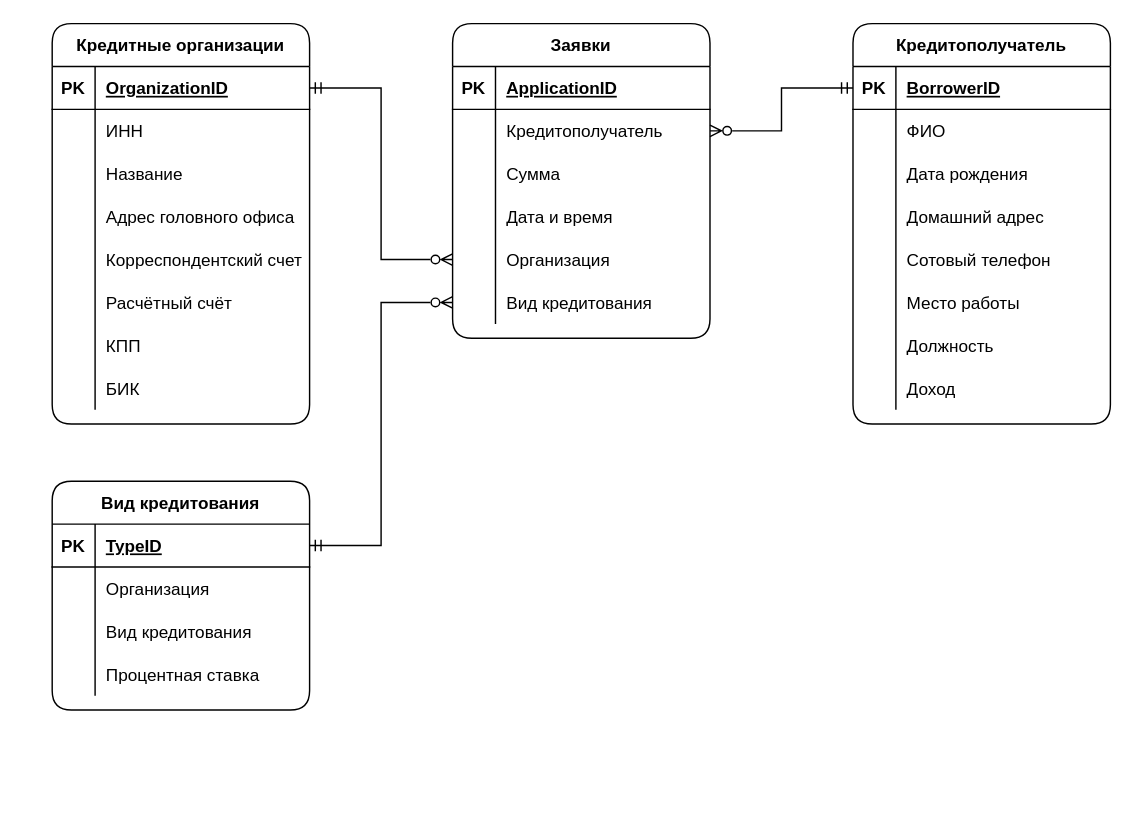
The draw.io diagram Diagrams/Entity relationship.drawio in sothug/Loan-applications, before the edit. Source tidied: cells renumbered, new cells numbered last; positions are measured from the earlier drawing's top-left corner, leaving out a move shared by most shapes. Both pictures are drawn from the tidied source at 143%, with x=0, y=0 at pixel (51, 23).
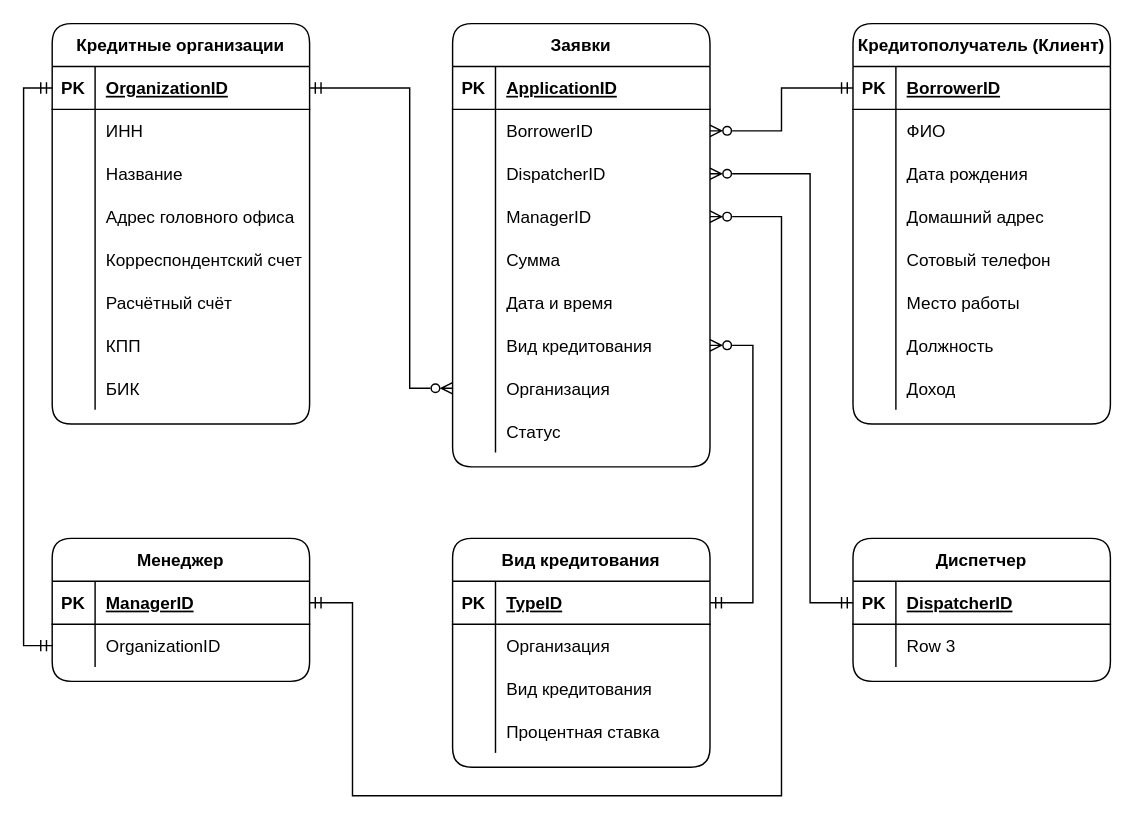
After the change.

Unchanged cells that the change refers to:
```xml
<mxCell id="3" style="shape=partialRectangle;fillColor=none;top=0;left=0;bottom=1;right=0;points=[[0,0.5],[1,0.5]];portConstraint=eastwest;" parent="2" vertex="1">
  <mxGeometry y="30" width="180" height="30" as="geometry" />
</mxCell>
<mxCell id="28" style="shape=partialRectangle;fillColor=none;top=0;left=0;bottom=1;right=0;points=[[0,0.5],[1,0.5]];portConstraint=eastwest;rounded=1;" parent="27" vertex="1">
  <mxGeometry y="30" width="180" height="30" as="geometry" />
</mxCell>
<mxCell id="41" style="shape=partialRectangle;fillColor=none;top=0;left=0;bottom=1;right=0;points=[[0,0.5],[1,0.5]];portConstraint=eastwest;rounded=1;" parent="40" vertex="1">
  <mxGeometry y="30" width="180" height="30" as="geometry" />
</mxCell>
<mxCell id="69" style="shape=partialRectangle;fillColor=none;top=0;left=0;bottom=0;right=0;points=[[0,0.5],[1,0.5]];portConstraint=eastwest;rounded=1;" parent="65" vertex="1">
  <mxGeometry y="60" width="180" height="30" as="geometry" />
</mxCell>
```

Change to the diagram source:
```diff
@@
     <mxCell id="27" value="Вид кредитования" style="shape=table;startSize=30;childLayout=tableLayout;rowLines=0;fontStyle=1;align=center;rounded=1;" parent="1" vertex="1">
-      <mxGeometry y="320" width="180" height="160" as="geometry" />
+      <mxGeometry x="280" y="360" width="180" height="160" as="geometry" />
     </mxCell>
@@
-    <mxCell id="40" value="Кредитополучатель" style="shape=table;startSize=30;childLayout=tableLayout;rowLines=0;fontStyle=1;align=center;rounded=1;" parent="1" vertex="1">
+    <mxCell id="40" value="Кредитополучатель (Клиент)" style="shape=table;startSize=30;childLayout=tableLayout;rowLines=0;fontStyle=1;align=center;rounded=1;" parent="1" vertex="1">
       <mxGeometry x="560" width="180" height="280" as="geometry" />
     </mxCell>
@@
     <mxCell id="65" value="Заявки" style="shape=table;startSize=30;childLayout=tableLayout;rowLines=0;fontStyle=1;align=center;rounded=1;" parent="1" vertex="1">
-      <mxGeometry x="280" width="180" height="220" as="geometry" />
+      <mxGeometry x="280" width="180" height="310" as="geometry" />
     </mxCell>
@@
-    <mxCell id="71" value="Кредитополучатель" style="shape=partialRectangle;fillColor=none;top=0;left=0;bottom=0;right=0;align=left;spacingLeft=6;overflow=hidden;rounded=1;" parent="69" vertex="1">
+    <mxCell id="71" value="BorrowerID" style="shape=partialRectangle;fillColor=none;top=0;left=0;bottom=0;right=0;align=left;spacingLeft=6;overflow=hidden;rounded=1;" parent="69" vertex="1">
       <mxGeometry x="30" width="150" height="30" as="geometry" />
     </mxCell>
+    <mxCell id="87" style="shape=partialRectangle;fillColor=none;top=0;left=0;bottom=0;right=0;points=[[0,0.5],[1,0.5]];portConstraint=eastwest;rounded=1;" parent="65" vertex="1">
+      <mxGeometry y="90" width="180" height="30" as="geometry" />
+    </mxCell>
+    <mxCell id="88" style="shape=partialRectangle;fillColor=none;top=0;left=0;bottom=0;right=0;overflow=hidden;rounded=1;" parent="87" vertex="1">
+      <mxGeometry width="30" height="30" as="geometry" />
+    </mxCell>
+    <mxCell id="89" value="DispatcherID" style="shape=partialRectangle;fillColor=none;top=0;left=0;bottom=0;right=0;align=left;spacingLeft=6;overflow=hidden;rounded=1;" parent="87" vertex="1">
+      <mxGeometry x="30" width="150" height="30" as="geometry" />
+    </mxCell>
+    <mxCell id="90" style="shape=partialRectangle;fillColor=none;top=0;left=0;bottom=0;right=0;points=[[0,0.5],[1,0.5]];portConstraint=eastwest;rounded=1;" parent="65" vertex="1">
+      <mxGeometry y="120" width="180" height="30" as="geometry" />
+    </mxCell>
+    <mxCell id="91" style="shape=partialRectangle;fillColor=none;top=0;left=0;bottom=0;right=0;overflow=hidden;rounded=1;" parent="90" vertex="1">
+      <mxGeometry width="30" height="30" as="geometry" />
+    </mxCell>
+    <mxCell id="92" value="ManagerID" style="shape=partialRectangle;fillColor=none;top=0;left=0;bottom=0;right=0;align=left;spacingLeft=6;overflow=hidden;rounded=1;" parent="90" vertex="1">
+      <mxGeometry x="30" width="150" height="30" as="geometry" />
+    </mxCell>
     <mxCell id="72" style="shape=partialRectangle;fillColor=none;top=0;left=0;bottom=0;right=0;rounded=1;" parent="65" vertex="1">
-      <mxGeometry y="90" width="180" height="30" as="geometry" />
+      <mxGeometry y="150" width="180" height="30" as="geometry" />
     </mxCell>
@@
     <mxCell id="75" style="shape=partialRectangle;fillColor=none;top=0;left=0;bottom=0;right=0;rounded=1;" parent="65" vertex="1">
-      <mxGeometry y="120" width="180" height="30" as="geometry" />
+      <mxGeometry y="180" width="180" height="30" as="geometry" />
     </mxCell>
@@
+    <mxCell id="81" style="shape=partialRectangle;fillColor=none;top=0;left=0;bottom=0;right=0;points=[[0,0.5],[1,0.5]];portConstraint=eastwest;rounded=1;" parent="65" vertex="1">
+      <mxGeometry y="210" width="180" height="30" as="geometry" />
+    </mxCell>
+    <mxCell id="82" style="shape=partialRectangle;fillColor=none;top=0;left=0;bottom=0;right=0;overflow=hidden;rounded=1;" parent="81" vertex="1">
+      <mxGeometry width="30" height="30" as="geometry" />
+    </mxCell>
+    <mxCell id="83" value="Вид кредитования" style="shape=partialRectangle;fillColor=none;top=0;left=0;bottom=0;right=0;align=left;spacingLeft=6;overflow=hidden;rounded=1;" parent="81" vertex="1">
+      <mxGeometry x="30" width="150" height="30" as="geometry" />
+    </mxCell>
     <mxCell id="78" style="shape=partialRectangle;fillColor=none;top=0;left=0;bottom=0;right=0;points=[[0,0.5],[1,0.5]];portConstraint=eastwest;rounded=1;" parent="65" vertex="1">
-      <mxGeometry y="150" width="180" height="30" as="geometry" />
+      <mxGeometry y="240" width="180" height="30" as="geometry" />
     </mxCell>
@@
-    <mxCell id="81" style="shape=partialRectangle;fillColor=none;top=0;left=0;bottom=0;right=0;points=[[0,0.5],[1,0.5]];portConstraint=eastwest;rounded=1;" parent="65" vertex="1">
-      <mxGeometry y="180" width="180" height="30" as="geometry" />
-    </mxCell>
-    <mxCell id="82" style="shape=partialRectangle;fillColor=none;top=0;left=0;bottom=0;right=0;overflow=hidden;rounded=1;" parent="81" vertex="1">
-      <mxGeometry width="30" height="30" as="geometry" />
-    </mxCell>
-    <mxCell id="83" value="Вид кредитования" style="shape=partialRectangle;fillColor=none;top=0;left=0;bottom=0;right=0;align=left;spacingLeft=6;overflow=hidden;rounded=1;" parent="81" vertex="1">
-      <mxGeometry x="30" width="150" height="30" as="geometry" />
-    </mxCell>
+    <mxCell id="93" style="shape=partialRectangle;fillColor=none;top=0;left=0;bottom=0;right=0;rounded=1;" parent="65" vertex="1">
+      <mxGeometry y="270" width="180" height="30" as="geometry" />
+    </mxCell>
+    <mxCell id="94" style="shape=partialRectangle;fillColor=none;top=0;left=0;bottom=0;right=0;overflow=hidden;rounded=1;" parent="93" vertex="1">
+      <mxGeometry width="30" height="30" as="geometry" />
+    </mxCell>
+    <mxCell id="95" value="Статус" style="shape=partialRectangle;fillColor=none;top=0;left=0;bottom=0;right=0;align=left;spacingLeft=6;overflow=hidden;rounded=1;" parent="93" vertex="1">
+      <mxGeometry x="30" width="150" height="30" as="geometry" />
+    </mxCell>
-    <mxCell id="84" style="edgeStyle=orthogonalEdgeStyle;rounded=0;jettySize=auto;html=1;exitX=0;exitY=0.5;exitDx=0;exitDy=0;endArrow=ERzeroToMany;endFill=0;startArrow=ERmandOne;startFill=0;" parent="1" edge="1" source="41" target="69">
+    <mxCell id="84" style="edgeStyle=orthogonalEdgeStyle;rounded=0;jettySize=auto;html=1;endArrow=ERzeroToMany;endFill=0;startArrow=ERmandOne;startFill=0;" parent="1" edge="1" source="41" target="69">
       <mxGeometry relative="1" as="geometry" />
     </mxCell>
     <mxCell id="85" style="edgeStyle=orthogonalEdgeStyle;rounded=0;jettySize=auto;html=1;startArrow=ERmandOne;startFill=0;endArrow=ERzeroToMany;endFill=0;" parent="1" edge="1" source="28" target="81">
-      <mxGeometry relative="1" as="geometry" />
+      <mxGeometry relative="1" as="geometry">
+        <Array as="points">
+          <mxPoint x="490" y="405" />
+          <mxPoint x="490" y="225" />
+        </Array>
+      </mxGeometry>
     </mxCell>
-    <mxCell id="86" style="edgeStyle=orthogonalEdgeStyle;rounded=0;jettySize=auto;html=1;exitX=1;exitY=0.5;exitDx=0;exitDy=0;startArrow=ERmandOne;startFill=0;endArrow=ERzeroToMany;endFill=0;" parent="1" edge="1" source="3" target="78">
-      <mxGeometry relative="1" as="geometry" />
+    <mxCell id="86" style="edgeStyle=orthogonalEdgeStyle;rounded=0;jettySize=auto;html=1;startArrow=ERmandOne;startFill=0;endArrow=ERzeroToMany;endFill=0;" parent="1" edge="1" source="3" target="78">
+      <mxGeometry relative="1" as="geometry">
+        <Array as="points">
+          <mxPoint x="250" y="45" />
+          <mxPoint x="250" y="255" />
+        </Array>
+      </mxGeometry>
     </mxCell>
+    <mxCell id="96" value="Диспетчер" style="shape=table;startSize=30;childLayout=tableLayout;rowLines=0;fontStyle=1;align=center;rounded=1;sketch=0;" parent="1" vertex="1">
+      <mxGeometry x="560" y="360" width="180" height="100" as="geometry" />
+    </mxCell>
+    <mxCell id="97" style="shape=partialRectangle;fillColor=none;top=0;left=0;bottom=1;right=0;points=[[0,0.5],[1,0.5]];portConstraint=eastwest;" parent="96" vertex="1">
+      <mxGeometry y="30" width="180" height="30" as="geometry" />
+    </mxCell>
+    <mxCell id="98" value="PK" style="shape=partialRectangle;fillColor=none;top=0;left=0;bottom=0;right=0;fontStyle=1;overflow=hidden;" parent="97" vertex="1">
+      <mxGeometry width="30" height="30" as="geometry" />
+    </mxCell>
+    <mxCell id="99" value="DispatcherID" style="shape=partialRectangle;fillColor=none;top=0;left=0;bottom=0;right=0;align=left;spacingLeft=6;fontStyle=5;overflow=hidden;" parent="97" vertex="1">
+      <mxGeometry x="30" width="150" height="30" as="geometry" />
+    </mxCell>
+    <mxCell id="100" style="shape=partialRectangle;fillColor=none;top=0;left=0;bottom=0;right=0;" parent="96" vertex="1">
+      <mxGeometry y="60" width="180" height="30" as="geometry" />
+    </mxCell>
+    <mxCell id="101" style="shape=partialRectangle;fillColor=none;top=0;left=0;bottom=0;right=0;overflow=hidden;" parent="100" vertex="1">
+      <mxGeometry width="30" height="30" as="geometry" />
+    </mxCell>
+    <mxCell id="102" value="Row 3" style="shape=partialRectangle;fillColor=none;top=0;left=0;bottom=0;right=0;align=left;spacingLeft=6;overflow=hidden;" parent="100" vertex="1">
+      <mxGeometry x="30" width="150" height="30" as="geometry" />
+    </mxCell>
+    <mxCell id="103" value="Менеджер" style="shape=table;startSize=30;childLayout=tableLayout;rowLines=0;fontStyle=1;align=center;rounded=1;sketch=0;" parent="1" vertex="1">
+      <mxGeometry y="360" width="180" height="100" as="geometry" />
+    </mxCell>
+    <mxCell id="104" style="shape=partialRectangle;fillColor=none;top=0;left=0;bottom=1;right=0;points=[[0,0.5],[1,0.5]];portConstraint=eastwest;" parent="103" vertex="1">
+      <mxGeometry y="30" width="180" height="30" as="geometry" />
+    </mxCell>
+    <mxCell id="105" value="PK" style="shape=partialRectangle;fillColor=none;top=0;left=0;bottom=0;right=0;fontStyle=1;overflow=hidden;" parent="104" vertex="1">
+      <mxGeometry width="30" height="30" as="geometry" />
+    </mxCell>
+    <mxCell id="106" value="ManagerID" style="shape=partialRectangle;fillColor=none;top=0;left=0;bottom=0;right=0;align=left;spacingLeft=6;fontStyle=5;overflow=hidden;" parent="104" vertex="1">
+      <mxGeometry x="30" width="150" height="30" as="geometry" />
+    </mxCell>
+    <mxCell id="107" style="shape=partialRectangle;fillColor=none;top=0;left=0;bottom=0;right=0;points=[[0,0.5],[1,0.5]];portConstraint=eastwest;" parent="103" vertex="1">
+      <mxGeometry y="60" width="180" height="30" as="geometry" />
+    </mxCell>
+    <mxCell id="108" style="shape=partialRectangle;fillColor=none;top=0;left=0;bottom=0;right=0;overflow=hidden;" parent="107" vertex="1">
+      <mxGeometry width="30" height="30" as="geometry" />
+    </mxCell>
+    <mxCell id="109" value="OrganizationID" style="shape=partialRectangle;fillColor=none;top=0;left=0;bottom=0;right=0;align=left;spacingLeft=6;overflow=hidden;" parent="107" vertex="1">
+      <mxGeometry x="30" width="150" height="30" as="geometry" />
+    </mxCell>
+    <mxCell id="110" style="edgeStyle=orthogonalEdgeStyle;rounded=0;jettySize=auto;html=1;startArrow=ERmandOne;startFill=0;endArrow=ERzeroToMany;endFill=0;" parent="1" edge="1" source="104" target="90">
+      <mxGeometry relative="1" as="geometry">
+        <Array as="points">
+          <mxPoint x="210" y="405" />
+          <mxPoint x="210" y="540" />
+          <mxPoint x="510" y="540" />
+          <mxPoint x="510" y="135" />
+        </Array>
+      </mxGeometry>
+    </mxCell>
+    <mxCell id="111" style="edgeStyle=orthogonalEdgeStyle;rounded=0;jettySize=auto;html=1;startArrow=ERmandOne;startFill=0;endArrow=ERzeroToMany;endFill=0;" parent="1" edge="1" source="97" target="87">
+      <mxGeometry relative="1" as="geometry">
+        <Array as="points">
+          <mxPoint x="530" y="405" />
+          <mxPoint x="530" y="105" />
+        </Array>
+      </mxGeometry>
+    </mxCell>
+    <mxCell id="112" style="edgeStyle=orthogonalEdgeStyle;rounded=0;jettySize=auto;html=1;" parent="1" edge="1" source="104">
+      <mxGeometry relative="1" as="geometry">
+        <Array as="points">
+          <mxPoint x="-40" y="405" />
+          <mxPoint x="-40" y="75" />
+        </Array>
+      </mxGeometry>
+    </mxCell>
+    <mxCell id="113" style="edgeStyle=orthogonalEdgeStyle;rounded=0;jettySize=auto;html=1;startArrow=ERmandOne;startFill=0;endArrow=ERmandOne;endFill=0;" parent="1" edge="1" source="3" target="107">
+      <mxGeometry relative="1" as="geometry">
+        <Array as="points">
+          <mxPoint x="-20" y="45" />
+          <mxPoint x="-20" y="435" />
+        </Array>
+      </mxGeometry>
+    </mxCell>
```
